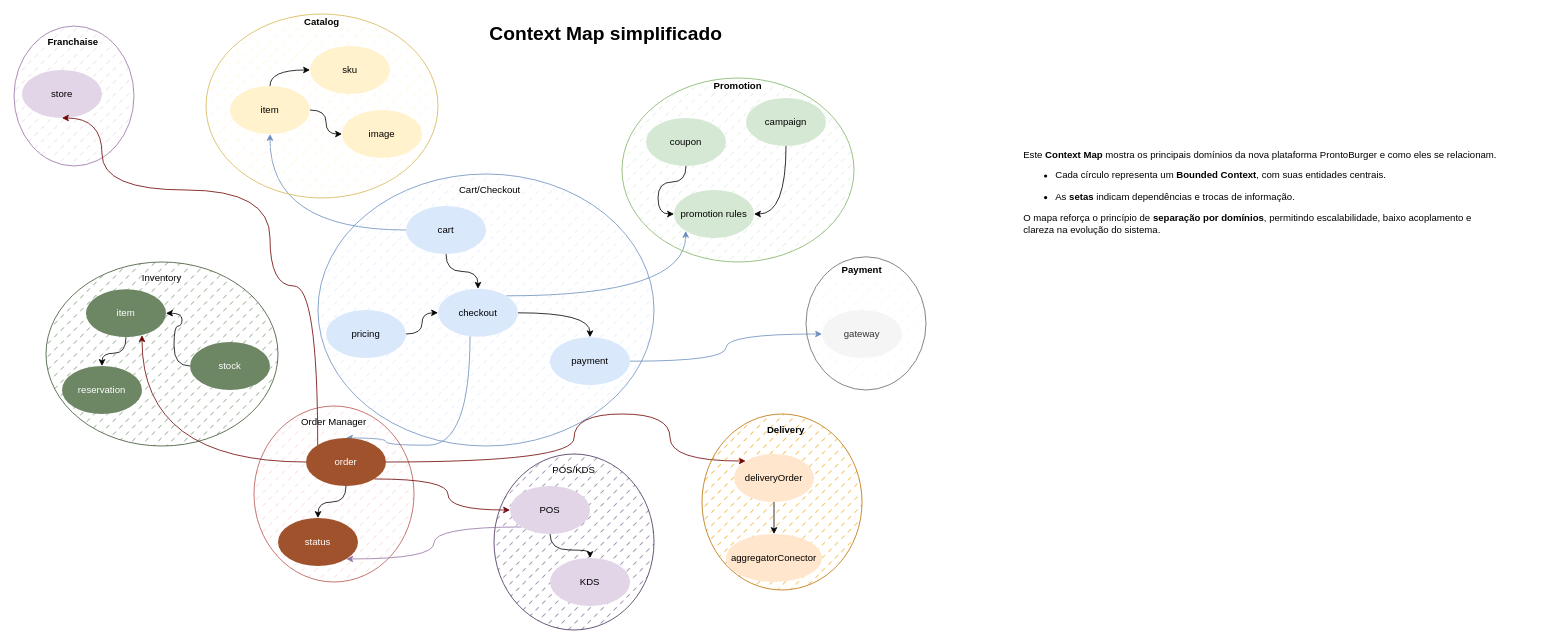
Rogpe-Prog/PBurger-Case keeps this draw.io diagram as page "PB - Context Map Simp." (8 of 9) of Final-ProntoBurger.drawio.xml. Above is the earlier version. Source tidied: cells renumbered, new cells numbered last; positions are measured from the earlier drawing's top-left corner, leaving out a move shared by most shapes. Both pictures are drawn from the tidied source at 80%, with x=0, y=0 at pixel (14, 14).
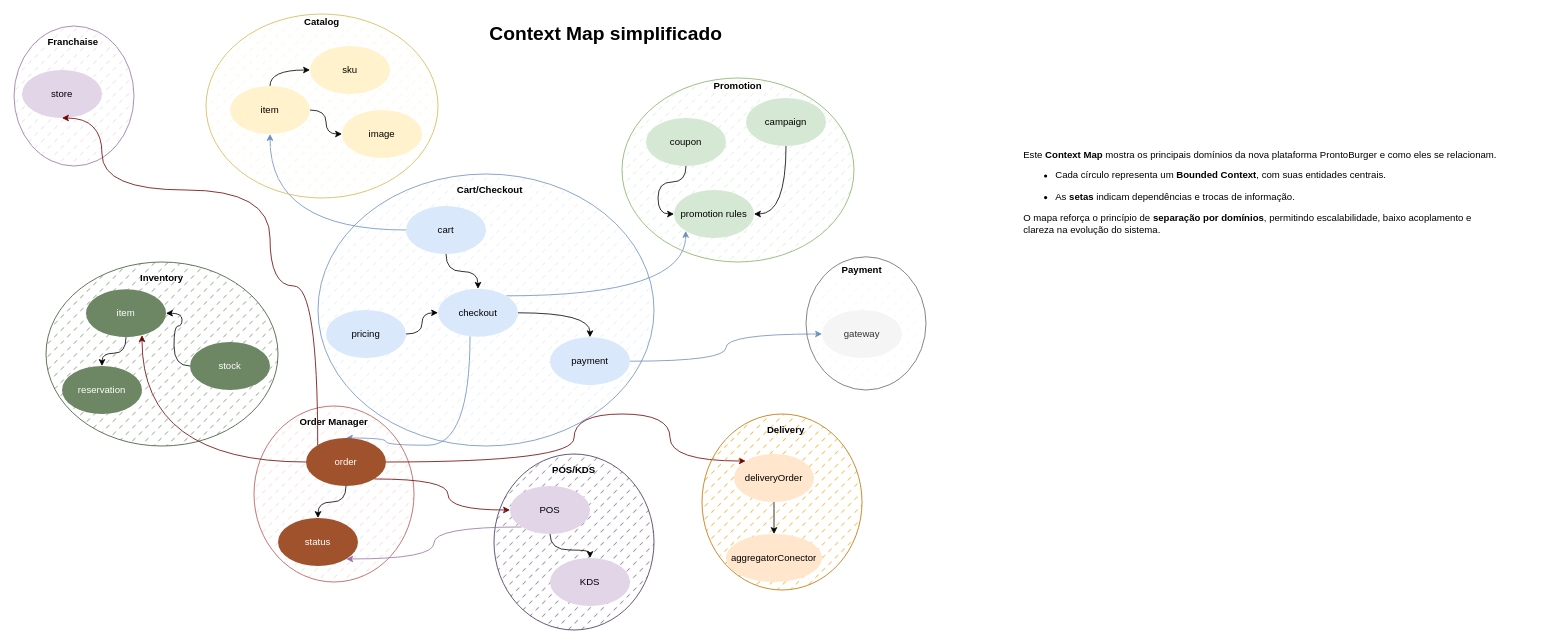
Above is the later version.

Change to the diagram source:
```diff
@@
-    <mxCell id="15" value="Cart/Checkout" style="text;html=1;align=center;verticalAlign=middle;whiteSpace=wrap;rounded=0;" parent="1" vertex="1">
+    <mxCell id="15" value="Cart/Checkout" style="text;html=1;align=center;verticalAlign=middle;whiteSpace=wrap;rounded=0;fontStyle=1;" parent="1" vertex="1">
       <mxGeometry x="560" y="210" width="70" height="20" as="geometry" />
     </mxCell>
@@
-    <mxCell id="30" value="Order Manager" style="text;html=1;align=center;verticalAlign=middle;whiteSpace=wrap;rounded=0;" parent="1" vertex="1">
+    <mxCell id="30" value="Order Manager" style="text;html=1;align=center;verticalAlign=middle;whiteSpace=wrap;rounded=0;fontStyle=1;" parent="1" vertex="1">
       <mxGeometry x="355" y="500" width="90" height="20" as="geometry" />
     </mxCell>
@@
-    <mxCell id="41" value="Inventory" style="text;html=1;align=center;verticalAlign=middle;whiteSpace=wrap;rounded=0;" parent="1" vertex="1">
+    <mxCell id="41" value="Inventory" style="text;html=1;align=center;verticalAlign=middle;whiteSpace=wrap;rounded=0;fontStyle=1;" parent="1" vertex="1">
       <mxGeometry x="150" y="320" width="70" height="20" as="geometry" />
     </mxCell>
@@
-    <mxCell id="51" value="POS/KDS" style="text;html=1;align=center;verticalAlign=middle;whiteSpace=wrap;rounded=0;" parent="1" vertex="1">
+    <mxCell id="51" value="POS/KDS" style="text;html=1;align=center;verticalAlign=middle;whiteSpace=wrap;rounded=0;fontStyle=1;" parent="1" vertex="1">
       <mxGeometry x="655" y="560" width="90" height="20" as="geometry" />
     </mxCell>
```
